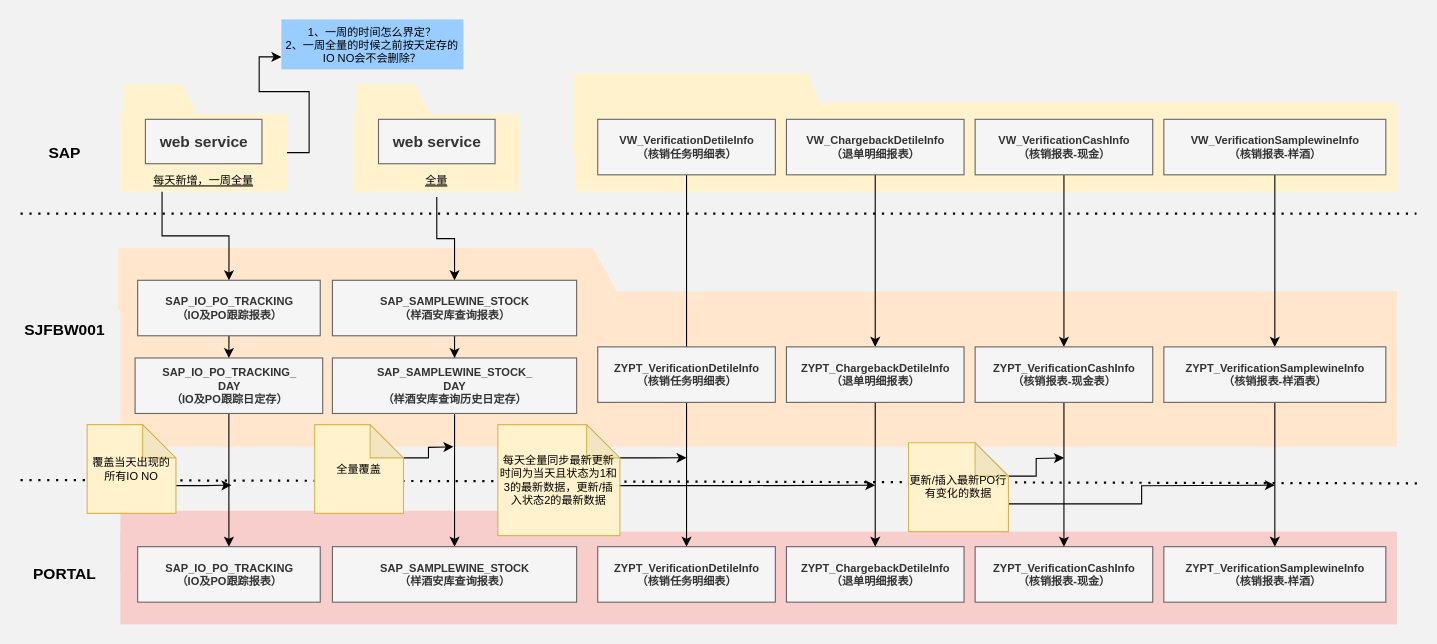
The draw.io diagram Untitled Diagram.drawio in ztacode/drawio, before the edit. Source tidied: cells renumbered, new cells numbered last; positions are measured from the earlier drawing's top-left corner, leaving out a move shared by most shapes. Both pictures are drawn from the tidied source at 111%, with x=0, y=0 at pixel (20, -20).
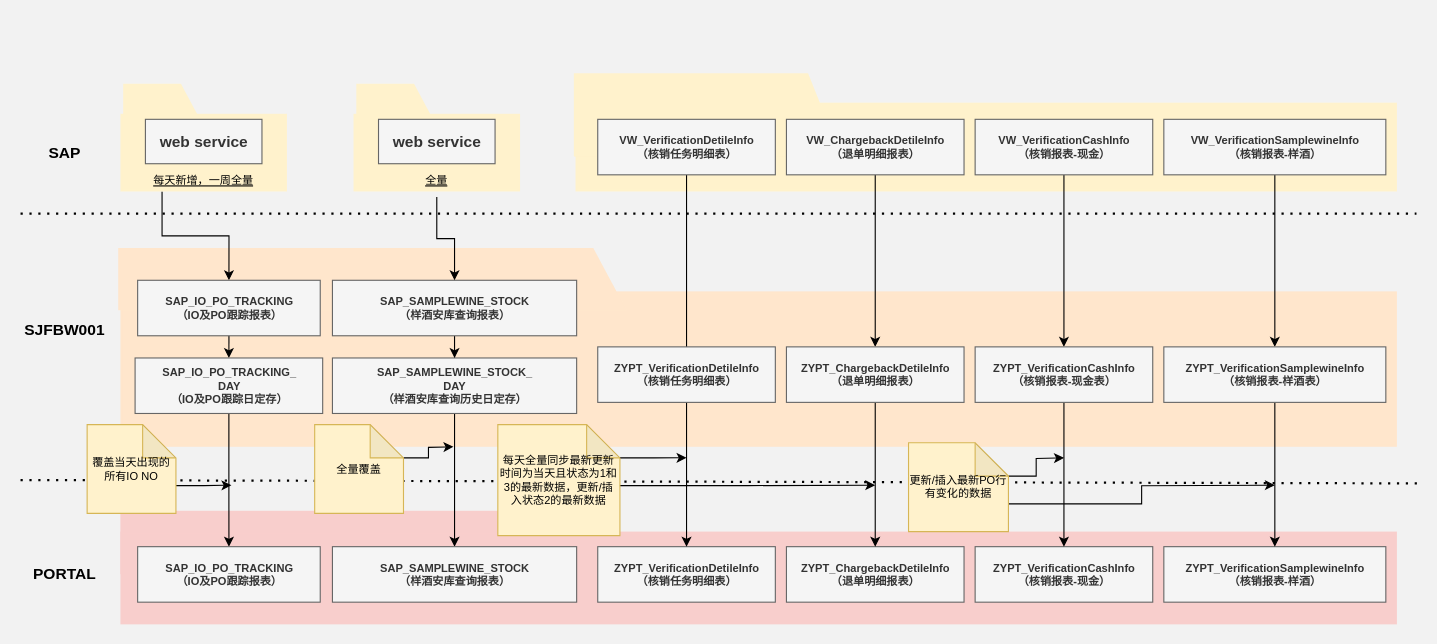
Above is the later version.

Unchanged cells that the change refers to:
```xml
<mxCell id="10" style="shape=ext;double=1;rounded=0;whiteSpace=wrap;html=1;shadow=0;sketch=0;fillColor=#fff2cc;strokeColor=none;" parent="1" vertex="1">
  <mxGeometry x="90" y="120" width="150" height="70" as="geometry" />
</mxCell>
```

The edit, as a diff of the source:
```diff
@@
-    <mxCell id="8" style="edgeStyle=orthogonalEdgeStyle;rounded=0;jettySize=auto;html=1;exitX=1;exitY=0.5;exitDx=0;exitDy=0;entryX=0;entryY=0.75;entryDx=0;entryDy=0;fontSize=10;" parent="1" edge="1" source="10" target="57">
-      <mxGeometry relative="1" as="geometry" />
-    </mxCell>
@@
-    <mxCell id="57" value="1、一周的时间怎么界定？&lt;br&gt;2、一周全量的时候之前按天定存的IO NO会不会删除？" style="text;html=1;align=center;verticalAlign=middle;whiteSpace=wrap;rounded=0;shadow=0;sketch=0;fontSize=10;fillColor=#99CCFF;strokeColor=none;" parent="1" vertex="1">
-      <mxGeometry x="235" y="35" width="164" height="45" as="geometry" />
-    </mxCell>
```
